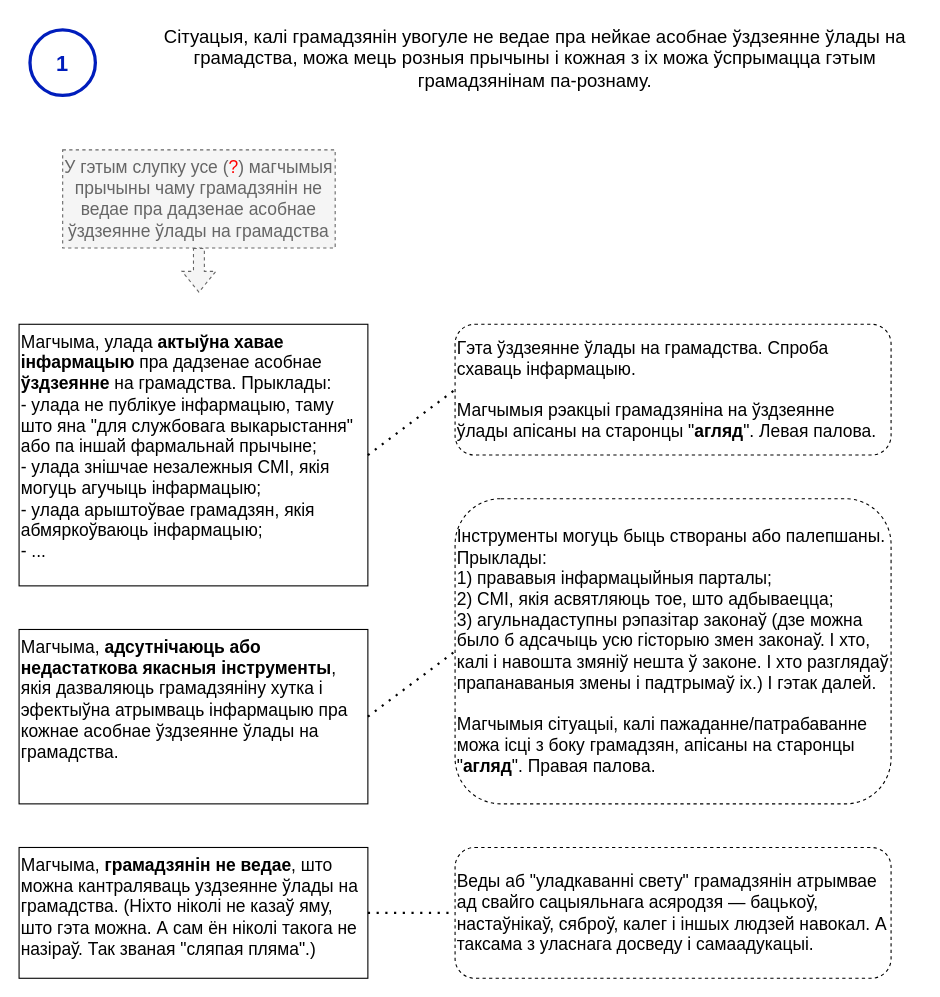
mshurkaeu-public/i-care.by keeps this draw.io diagram as page "нататка-1" (2 of 2) of current-reality-tree/Дрэва цяперашняй рэальнасці.drawio. Above is the earlier version. Source tidied: cells renumbered, new cells numbered last; positions are measured from the earlier drawing's top-left corner, leaving out a move shared by most shapes. Both pictures are drawn from the tidied source at 109%, with x=0, y=0 at pixel (19, 19).
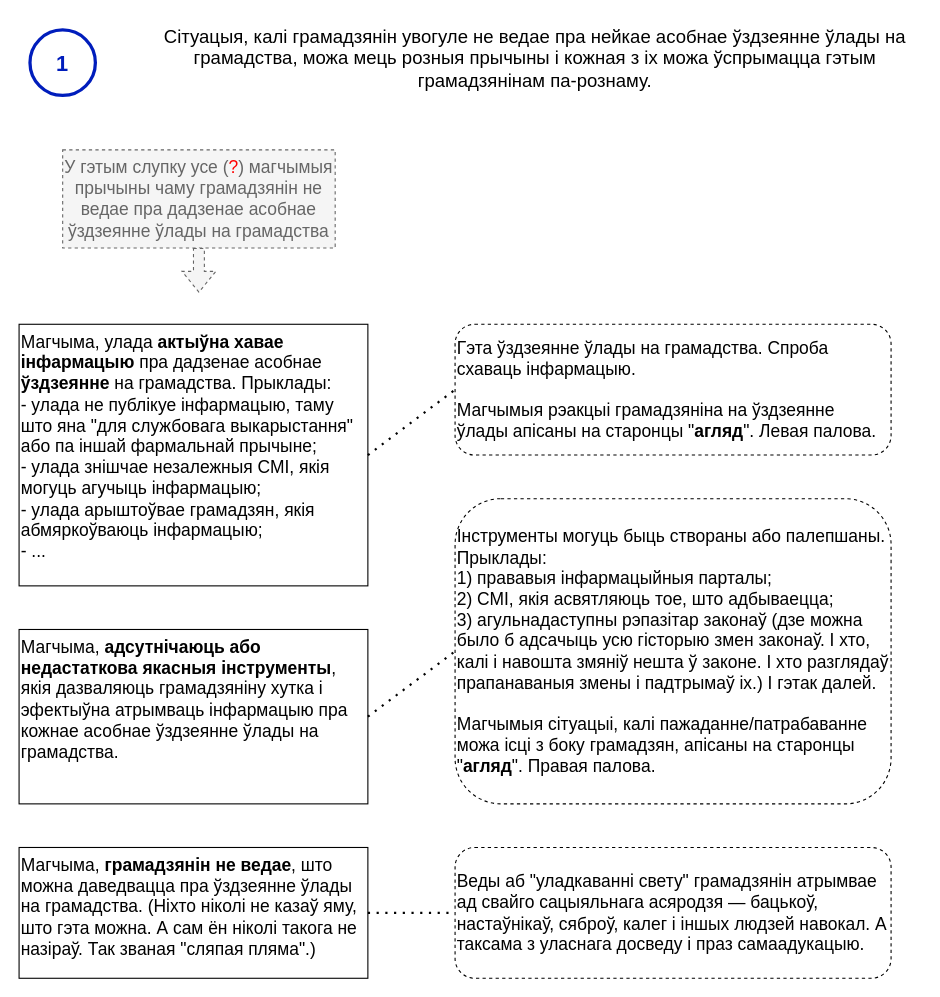
Above is the later version.

Commit message:
The 41 version of the current reality tree

Diff of the diagram source:
```diff
@@
 <mxGraphModel background="#ffffff">
   <root>
     <mxCell id="0" />
     <mxCell id="1" parent="0" />
     <mxCell id="2" value="Сітуацыя, калі грамадзянін увогуле не ведае пра нейкае асобнае ўздзеянне ўлады на грамадства, можа мець розныя прычыны і кожная з іх можа ўспрымацца гэтым грамадзянінам па-рознаму." style="text;html=1;strokeColor=none;fillColor=none;align=center;verticalAlign=top;whiteSpace=wrap;rounded=0;fontSize=17;" parent="1" vertex="1">
       <mxGeometry x="120" width="707" height="80" as="geometry" />
     </mxCell>
     <mxCell id="3" style="verticalLabelPosition=bottom;verticalAlign=top;html=1;shape=mxgraph.flowchart.on-page_reference;strokeWidth=3;fillColor=none;fontColor=#ffffff;strokeColor=#001DBC;comic=0;" parent="1" vertex="1">
       <mxGeometry x="10" y="10" width="60" height="60" as="geometry" />
     </mxCell>
     <mxCell id="4" value="1" style="text;html=1;strokeColor=none;fillColor=none;align=center;verticalAlign=middle;whiteSpace=wrap;rounded=0;fontColor=#001DBC;fontSize=20;fontStyle=1;" parent="1" vertex="1">
       <mxGeometry x="10" y="25" width="60" height="30" as="geometry" />
     </mxCell>
     <mxCell id="5" value="У гэтым слупку усе (&lt;font color=&quot;#ff0000&quot;&gt;?&lt;/font&gt;) магчымыя прычыны чаму грамадзянін не ведае пра дадзенае асобнае ўздзеянне ўлады на грамадства" style="text;html=1;strokeColor=#666666;fillColor=#f5f5f5;align=center;verticalAlign=top;whiteSpace=wrap;rounded=0;fontSize=16;fontColor=#666666;dashed=1;rotation=0;" parent="1" vertex="1">
       <mxGeometry x="40" y="120" width="250" height="90" as="geometry" />
     </mxCell>
     <mxCell id="6" style="shape=flexArrow;endArrow=classic;html=1;rounded=0;exitX=0.5;exitY=1;exitDx=0;exitDy=0;fillColor=#f5f5f5;strokeColor=#666666;dashed=1;" parent="1" edge="1" source="5">
       <mxGeometry relative="1" as="geometry">
         <mxPoint x="165" y="251" as="targetPoint" />
       </mxGeometry>
     </mxCell>
     <mxCell id="7" value="Магчыма, улада &lt;b&gt;актыўна хавае інфармацыю&lt;/b&gt; пра дадзенае асобнае &lt;b&gt;ўздзеянне&lt;/b&gt; на грамадства. Прыклады:&lt;br&gt;- улада не публікуе інфармацыю, таму што яна &quot;для службовага выкарыстання&quot; або па іншай фармальнай прычыне;&lt;br&gt;- улада знішчае незалежныя СМІ, якія могуць агучыць інфармацыю;&lt;br&gt;- улада арыштоўвае грамадзян, якія абмяркоўваюць інфармацыю;&lt;br&gt;- ...&lt;br&gt; " style="text;html=1;align=left;verticalAlign=top;whiteSpace=wrap;rounded=0;fontSize=16;strokeColor=default;rotation=0;" parent="1" vertex="1">
       <mxGeometry y="280" width="320" height="240" as="geometry" />
     </mxCell>
     <mxCell id="8" value="Магчыма, &lt;b&gt;адсутнічаюць або недастаткова якасныя інструменты&lt;/b&gt;, якія дазваляюць грамадзяніну хутка і эфектыўна атрымваць інфармацыю пра кожнае асобнае ўздзеянне ўлады на грамадства.&lt;br&gt; " style="text;html=1;align=left;verticalAlign=top;whiteSpace=wrap;rounded=0;fontSize=16;strokeColor=default;rotation=0;" parent="1" vertex="1">
       <mxGeometry y="560" width="320" height="160" as="geometry" />
     </mxCell>
     <mxCell id="9" value="&lt;span&gt;Інструменты могуць быць створаны або палепшаны. Прыклады:&lt;br&gt;1) прававыя інфармацыйныя парталы;&lt;br&gt;2) СМІ, якія асвятляюць тое, што адбываецца;&lt;br&gt;3) &lt;/span&gt;агульнадаступны рэпазітар законаў (дзе можна было б адсачыць усю гісторыю змен законаў. І хто, калі і навошта змяніў нешта ў законе. І хто разглядаў прапанаваныя змены і падтрымаў іх.) І гэтак далей.&lt;br&gt;&lt;br&gt;Магчымыя сітуацыі, калі пажаданне/патрабаванне можа ісці з боку грамадзян, апісаны на старонцы &quot;&lt;b&gt;агляд&lt;/b&gt;&quot;. Правая палова." style="text;html=1;align=left;verticalAlign=middle;whiteSpace=wrap;rounded=1;fontSize=16;strokeColor=default;fontStyle=0;dashed=1;rotation=0;" parent="1" vertex="1">
       <mxGeometry x="400" y="440" width="400" height="280" as="geometry" />
     </mxCell>
     <mxCell id="10" value="&lt;span&gt;Гэта ўздзеянне ўлады на грамадства. Спроба схаваць інфармацыю.&lt;br&gt;&lt;br&gt;Магчымыя рэакцыі грамадзяніна на ўздзеянне ўлады апісаны на старонцы &quot;&lt;b&gt;агляд&lt;/b&gt;&quot;. Левая палова.&lt;br&gt;&lt;/span&gt;" style="text;html=1;align=left;verticalAlign=middle;whiteSpace=wrap;rounded=1;fontSize=16;strokeColor=default;fontStyle=0;glass=0;shadow=0;dashed=1;rotation=0;" parent="1" vertex="1">
       <mxGeometry x="400" y="280" width="400" height="120" as="geometry" />
     </mxCell>
     <mxCell id="11" style="endArrow=none;dashed=1;html=1;dashPattern=1 3;strokeWidth=2;rounded=0;exitX=1;exitY=0.5;exitDx=0;exitDy=0;entryX=0;entryY=0.5;entryDx=0;entryDy=0;" parent="1" edge="1" source="7" target="10">
       <mxGeometry relative="1" as="geometry" />
     </mxCell>
     <mxCell id="12" style="endArrow=none;dashed=1;html=1;dashPattern=1 3;strokeWidth=2;rounded=0;exitX=1;exitY=0.5;exitDx=0;exitDy=0;entryX=0;entryY=0.5;entryDx=0;entryDy=0;" parent="1" edge="1" source="8" target="9">
       <mxGeometry relative="1" as="geometry" />
     </mxCell>
-    <mxCell id="13" value="Магчыма, &lt;b&gt;грамадзянін не ведае&lt;/b&gt;, што можна кантраляваць уздзеянне ўлады на грамадства. (Ніхто ніколі не казаў яму, што гэта можна. А сам ён ніколі такога не назіраў. Так званая &quot;сляпая пляма&quot;.)&lt;br&gt; " style="text;html=1;align=left;verticalAlign=top;whiteSpace=wrap;rounded=0;fontSize=16;strokeColor=default;rotation=0;" parent="1" vertex="1">
+    <mxCell id="13" value="Магчыма, &lt;b&gt;грамадзянін не ведае&lt;/b&gt;, што можна даведвацца пра ўздзеянне ўлады на грамадства. (Ніхто ніколі не казаў яму, што гэта можна. А сам ён ніколі такога не назіраў. Так званая &quot;сляпая пляма&quot;.)&lt;br&gt; " style="text;html=1;align=left;verticalAlign=top;whiteSpace=wrap;rounded=0;fontSize=16;strokeColor=default;rotation=0;" parent="1" vertex="1">
       <mxGeometry y="760" width="320" height="120" as="geometry" />
     </mxCell>
-    <mxCell id="14" value="Веды аб &quot;уладкаванні свету&quot; грамадзянін атрымвае ад свайго сацыяльнага асяродзя — бацькоў, настаўнікаў, сяброў, калег і іншых людзей навокал. А таксама з уласнага досведу і самаадукацыі." style="text;html=1;align=left;verticalAlign=middle;whiteSpace=wrap;rounded=1;fontSize=16;strokeColor=default;fontStyle=0;glass=0;shadow=0;dashed=1;rotation=0;" parent="1" vertex="1">
+    <mxCell id="14" value="Веды аб &quot;уладкаванні свету&quot; грамадзянін атрымвае ад свайго сацыяльнага асяродзя — бацькоў, настаўнікаў, сяброў, калег і іншых людзей навокал. А таксама з уласнага досведу і праз самаадукацыю." style="text;html=1;align=left;verticalAlign=middle;whiteSpace=wrap;rounded=1;fontSize=16;strokeColor=default;fontStyle=0;glass=0;shadow=0;dashed=1;rotation=0;" parent="1" vertex="1">
       <mxGeometry x="400" y="760" width="400" height="120" as="geometry" />
     </mxCell>
     <mxCell id="15" style="endArrow=none;dashed=1;html=1;dashPattern=1 3;strokeWidth=2;rounded=0;exitX=1;exitY=0.5;exitDx=0;exitDy=0;entryX=0;entryY=0.5;entryDx=0;entryDy=0;" parent="1" edge="1" source="13" target="14">
       <mxGeometry relative="1" as="geometry" />
     </mxCell>
   </root>
 </mxGraphModel>
```
